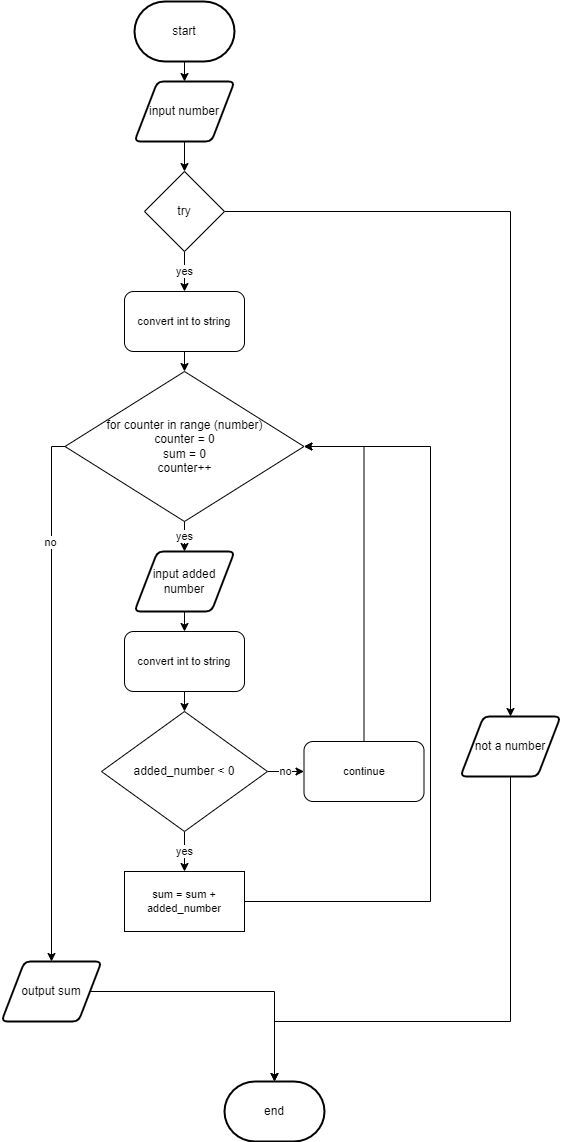
devin-jhu/ICS3U-Unit4-06-Python keeps this draw.io diagram as flow.png. Above is the earlier version. Source tidied: cells renumbered, new cells last; positions are measured from the earlier drawing's top-left corner, leaving out a move shared by most shapes. The source it was exported from:
```xml
<mxGraphModel>
  <root>
    <mxCell id="0" />
    <mxCell id="1" parent="0" />
    <mxCell id="2" style="edgeStyle=none;html=1;exitX=0.5;exitY=1;exitDx=0;exitDy=0;exitPerimeter=0;entryX=0.5;entryY=0;entryDx=0;entryDy=0;" parent="1" edge="1" source="3" target="5">
      <mxGeometry relative="1" as="geometry" />
    </mxCell>
    <mxCell id="3" value="start" style="strokeWidth=2;html=1;shape=mxgraph.flowchart.terminator;whiteSpace=wrap;" parent="1" vertex="1">
      <mxGeometry x="133" width="100" height="60" as="geometry" />
    </mxCell>
    <mxCell id="4" style="edgeStyle=orthogonalEdgeStyle;shape=connector;rounded=0;html=1;exitX=0.5;exitY=1;exitDx=0;exitDy=0;entryX=0.5;entryY=0;entryDx=0;entryDy=0;labelBackgroundColor=default;fontFamily=Helvetica;fontSize=11;fontColor=default;endArrow=classic;strokeColor=default;" parent="1" edge="1" source="5" target="11">
      <mxGeometry relative="1" as="geometry" />
    </mxCell>
    <mxCell id="5" value="input number" style="shape=parallelogram;html=1;strokeWidth=2;perimeter=parallelogramPerimeter;whiteSpace=wrap;rounded=1;arcSize=12;size=0.23;" parent="1" vertex="1">
      <mxGeometry x="133" y="80" width="100" height="60" as="geometry" />
    </mxCell>
    <mxCell id="6" style="edgeStyle=orthogonalEdgeStyle;shape=connector;rounded=0;html=1;exitX=1;exitY=0.5;exitDx=0;exitDy=0;entryX=0.5;entryY=0;entryDx=0;entryDy=0;entryPerimeter=0;labelBackgroundColor=default;fontFamily=Helvetica;fontSize=11;fontColor=default;endArrow=classic;strokeColor=default;" parent="1" edge="1" source="7" target="8">
      <mxGeometry relative="1" as="geometry" />
    </mxCell>
    <mxCell id="7" value="output sum" style="shape=parallelogram;html=1;strokeWidth=2;perimeter=parallelogramPerimeter;whiteSpace=wrap;rounded=1;arcSize=12;size=0.23;" parent="1" vertex="1">
      <mxGeometry y="960" width="100" height="60" as="geometry" />
    </mxCell>
    <mxCell id="8" value="end" style="strokeWidth=2;html=1;shape=mxgraph.flowchart.terminator;whiteSpace=wrap;" parent="1" vertex="1">
      <mxGeometry x="223" y="1080" width="100" height="60" as="geometry" />
    </mxCell>
    <mxCell id="9" style="edgeStyle=orthogonalEdgeStyle;shape=connector;rounded=0;html=1;exitX=1;exitY=0.5;exitDx=0;exitDy=0;labelBackgroundColor=default;fontFamily=Helvetica;fontSize=11;fontColor=default;endArrow=classic;strokeColor=default;entryX=0.5;entryY=0;entryDx=0;entryDy=0;" parent="1" edge="1" source="11" target="18">
      <mxGeometry relative="1" as="geometry" />
    </mxCell>
    <mxCell id="10" value="yes" style="edgeStyle=orthogonalEdgeStyle;shape=connector;rounded=0;html=1;exitX=0.5;exitY=1;exitDx=0;exitDy=0;entryX=0.5;entryY=0;entryDx=0;entryDy=0;labelBackgroundColor=default;fontFamily=Helvetica;fontSize=11;fontColor=default;endArrow=classic;strokeColor=default;" parent="1" edge="1" source="11" target="25">
      <mxGeometry relative="1" as="geometry" />
    </mxCell>
    <mxCell id="11" value="try" style="rhombus;whiteSpace=wrap;html=1;" parent="1" vertex="1">
      <mxGeometry x="143" y="170" width="80" height="80" as="geometry" />
    </mxCell>
    <mxCell id="12" value="yes" style="edgeStyle=orthogonalEdgeStyle;shape=connector;rounded=0;html=1;exitX=0.5;exitY=1;exitDx=0;exitDy=0;entryX=0.5;entryY=0;entryDx=0;entryDy=0;labelBackgroundColor=default;fontFamily=Helvetica;fontSize=11;fontColor=default;endArrow=classic;strokeColor=default;" parent="1" edge="1" source="15" target="23">
      <mxGeometry relative="1" as="geometry" />
    </mxCell>
    <mxCell id="13" style="edgeStyle=orthogonalEdgeStyle;shape=connector;rounded=0;html=1;exitX=0;exitY=0.5;exitDx=0;exitDy=0;entryX=0.5;entryY=0;entryDx=0;entryDy=0;labelBackgroundColor=default;fontFamily=Helvetica;fontSize=11;fontColor=default;endArrow=classic;strokeColor=default;" parent="1" edge="1" source="15" target="7">
      <mxGeometry relative="1" as="geometry" />
    </mxCell>
    <mxCell id="14" value="no" style="edgeLabel;html=1;align=center;verticalAlign=middle;points=[];fontSize=11;fontFamily=Helvetica;fontColor=default;" parent="13" vertex="1">
      <mxGeometry x="-0.59" y="-2" relative="1" as="geometry">
        <mxPoint y="1" as="offset" />
      </mxGeometry>
    </mxCell>
    <mxCell id="15" value="for counter in range (number)&lt;br&gt;counter = 0&lt;br&gt;sum = 0&lt;br&gt;counter++" style="rhombus;whiteSpace=wrap;html=1;" parent="1" vertex="1">
      <mxGeometry x="63.5" y="370" width="239" height="150" as="geometry" />
    </mxCell>
    <mxCell id="16" style="edgeStyle=orthogonalEdgeStyle;html=1;exitX=0;exitY=0.5;exitDx=0;exitDy=0;entryX=0;entryY=0.5;entryDx=0;entryDy=0;strokeColor=none;" parent="1" edge="1" target="15">
      <mxGeometry relative="1" as="geometry">
        <mxPoint x="213" y="810" as="sourcePoint" />
      </mxGeometry>
    </mxCell>
    <mxCell id="17" style="edgeStyle=orthogonalEdgeStyle;shape=connector;rounded=0;html=1;exitX=0.5;exitY=1;exitDx=0;exitDy=0;entryX=0.5;entryY=0;entryDx=0;entryDy=0;entryPerimeter=0;labelBackgroundColor=default;fontFamily=Helvetica;fontSize=11;fontColor=default;endArrow=classic;strokeColor=default;" parent="1" edge="1" source="18" target="8">
      <mxGeometry relative="1" as="geometry">
        <Array as="points">
          <mxPoint x="509" y="1020" />
          <mxPoint x="273" y="1020" />
        </Array>
      </mxGeometry>
    </mxCell>
    <mxCell id="18" value="not a number" style="shape=parallelogram;html=1;strokeWidth=2;perimeter=parallelogramPerimeter;whiteSpace=wrap;rounded=1;arcSize=12;size=0.23;" parent="1" vertex="1">
      <mxGeometry x="459" y="715" width="100" height="60" as="geometry" />
    </mxCell>
    <mxCell id="19" value="yes" style="edgeStyle=orthogonalEdgeStyle;shape=connector;rounded=0;html=1;exitX=0.5;exitY=1;exitDx=0;exitDy=0;entryX=0.5;entryY=0;entryDx=0;entryDy=0;labelBackgroundColor=default;fontFamily=Helvetica;fontSize=11;fontColor=default;endArrow=classic;strokeColor=default;" parent="1" edge="1" source="21">
      <mxGeometry relative="1" as="geometry">
        <mxPoint x="183" y="870" as="targetPoint" />
      </mxGeometry>
    </mxCell>
    <mxCell id="20" value="no" style="edgeStyle=orthogonalEdgeStyle;shape=connector;rounded=0;html=1;exitX=1;exitY=0.5;exitDx=0;exitDy=0;labelBackgroundColor=default;fontFamily=Helvetica;fontSize=11;fontColor=default;endArrow=classic;strokeColor=default;" parent="1" edge="1" source="21" target="31">
      <mxGeometry relative="1" as="geometry" />
    </mxCell>
    <mxCell id="21" value="added_number &amp;lt; 0" style="rhombus;whiteSpace=wrap;html=1;" parent="1" vertex="1">
      <mxGeometry x="100" y="710" width="166" height="120" as="geometry" />
    </mxCell>
    <mxCell id="22" style="edgeStyle=orthogonalEdgeStyle;shape=connector;rounded=0;html=1;exitX=0.5;exitY=1;exitDx=0;exitDy=0;labelBackgroundColor=default;fontFamily=Helvetica;fontSize=11;fontColor=default;endArrow=classic;strokeColor=default;" parent="1" edge="1" source="23" target="27">
      <mxGeometry relative="1" as="geometry" />
    </mxCell>
    <mxCell id="23" value="input added number" style="shape=parallelogram;html=1;strokeWidth=2;perimeter=parallelogramPerimeter;whiteSpace=wrap;rounded=1;arcSize=12;size=0.23;" parent="1" vertex="1">
      <mxGeometry x="133" y="550" width="100" height="60" as="geometry" />
    </mxCell>
    <mxCell id="24" style="edgeStyle=orthogonalEdgeStyle;shape=connector;rounded=0;html=1;exitX=0.5;exitY=1;exitDx=0;exitDy=0;entryX=0.5;entryY=0;entryDx=0;entryDy=0;labelBackgroundColor=default;fontFamily=Helvetica;fontSize=11;fontColor=default;endArrow=classic;strokeColor=default;" parent="1" edge="1" source="25" target="15">
      <mxGeometry relative="1" as="geometry" />
    </mxCell>
    <mxCell id="25" value="convert int to string" style="rounded=1;whiteSpace=wrap;html=1;fontFamily=Helvetica;fontSize=11;fontColor=default;" parent="1" vertex="1">
      <mxGeometry x="123" y="290" width="120" height="60" as="geometry" />
    </mxCell>
    <mxCell id="26" style="edgeStyle=orthogonalEdgeStyle;shape=connector;rounded=0;html=1;exitX=0.5;exitY=1;exitDx=0;exitDy=0;entryX=0.5;entryY=0;entryDx=0;entryDy=0;labelBackgroundColor=default;fontFamily=Helvetica;fontSize=11;fontColor=default;endArrow=classic;strokeColor=default;" parent="1" edge="1" source="27" target="21">
      <mxGeometry relative="1" as="geometry" />
    </mxCell>
    <mxCell id="27" value="convert int to string" style="rounded=1;whiteSpace=wrap;html=1;fontFamily=Helvetica;fontSize=11;fontColor=default;" parent="1" vertex="1">
      <mxGeometry x="123" y="630" width="120" height="60" as="geometry" />
    </mxCell>
    <mxCell id="28" style="edgeStyle=orthogonalEdgeStyle;shape=connector;rounded=0;html=1;exitX=1;exitY=0.5;exitDx=0;exitDy=0;entryX=1;entryY=0.5;entryDx=0;entryDy=0;labelBackgroundColor=default;fontFamily=Helvetica;fontSize=11;fontColor=default;endArrow=classic;strokeColor=default;" parent="1" edge="1" source="29" target="15">
      <mxGeometry relative="1" as="geometry">
        <Array as="points">
          <mxPoint x="429" y="900" />
          <mxPoint x="429" y="445" />
        </Array>
      </mxGeometry>
    </mxCell>
    <mxCell id="29" value="sum = sum + added_number" style="rounded=0;whiteSpace=wrap;html=1;fontFamily=Helvetica;fontSize=11;fontColor=default;" parent="1" vertex="1">
      <mxGeometry x="123" y="870" width="120" height="60" as="geometry" />
    </mxCell>
    <mxCell id="30" style="edgeStyle=orthogonalEdgeStyle;shape=connector;rounded=0;html=1;exitX=0.5;exitY=0;exitDx=0;exitDy=0;entryX=1;entryY=0.5;entryDx=0;entryDy=0;labelBackgroundColor=default;fontFamily=Helvetica;fontSize=11;fontColor=default;endArrow=classic;strokeColor=default;" parent="1" edge="1" source="31" target="15">
      <mxGeometry relative="1" as="geometry" />
    </mxCell>
    <mxCell id="31" value="continue" style="rounded=1;whiteSpace=wrap;html=1;fontFamily=Helvetica;fontSize=11;fontColor=default;" parent="1" vertex="1">
      <mxGeometry x="302.5" y="740" width="120" height="60" as="geometry" />
    </mxCell>
  </root>
</mxGraphModel>
```
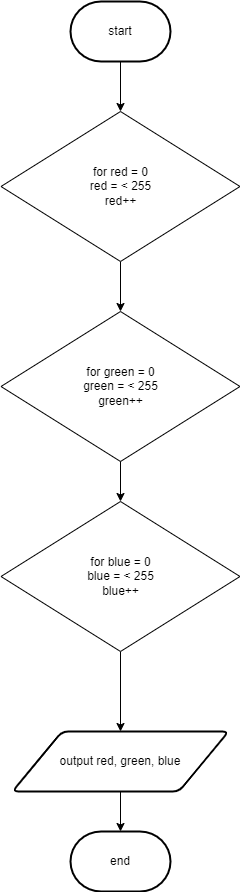
Above is the later version.

Diff of the diagram source:
```diff
@@ -2,111 +2,38 @@
   <root>
     <mxCell id="0" />
     <mxCell id="1" parent="0" />
-    <mxCell id="2" style="edgeStyle=none;html=1;exitX=0.5;exitY=1;exitDx=0;exitDy=0;exitPerimeter=0;entryX=0.5;entryY=0;entryDx=0;entryDy=0;" parent="1" edge="1" source="3" target="5">
-      <mxGeometry relative="1" as="geometry" />
-    </mxCell>
+    <mxCell id="32" style="edgeStyle=orthogonalEdgeStyle;shape=connector;rounded=0;html=1;exitX=0.5;exitY=1;exitDx=0;exitDy=0;exitPerimeter=0;entryX=0.5;entryY=0;entryDx=0;entryDy=0;labelBackgroundColor=default;fontFamily=Helvetica;fontSize=11;fontColor=default;endArrow=classic;strokeColor=default;" parent="1" edge="1" source="3" target="15">
+      <mxGeometry relative="1" as="geometry" />
+    </mxCell>
     <mxCell id="3" value="start" style="strokeWidth=2;html=1;shape=mxgraph.flowchart.terminator;whiteSpace=wrap;" parent="1" vertex="1">
-      <mxGeometry x="133" width="100" height="60" as="geometry" />
+      <mxGeometry x="123" y="160" width="100" height="60" as="geometry" />
     </mxCell>
-    <mxCell id="4" style="edgeStyle=orthogonalEdgeStyle;shape=connector;rounded=0;html=1;exitX=0.5;exitY=1;exitDx=0;exitDy=0;entryX=0.5;entryY=0;entryDx=0;entryDy=0;labelBackgroundColor=default;fontFamily=Helvetica;fontSize=11;fontColor=default;endArrow=classic;strokeColor=default;" parent="1" edge="1" source="5" target="11">
-      <mxGeometry relative="1" as="geometry" />
-    </mxCell>
-    <mxCell id="5" value="input number" style="shape=parallelogram;html=1;strokeWidth=2;perimeter=parallelogramPerimeter;whiteSpace=wrap;rounded=1;arcSize=12;size=0.23;" parent="1" vertex="1">
-      <mxGeometry x="133" y="80" width="100" height="60" as="geometry" />
-    </mxCell>
-    <mxCell id="6" style="edgeStyle=orthogonalEdgeStyle;shape=connector;rounded=0;html=1;exitX=1;exitY=0.5;exitDx=0;exitDy=0;entryX=0.5;entryY=0;entryDx=0;entryDy=0;entryPerimeter=0;labelBackgroundColor=default;fontFamily=Helvetica;fontSize=11;fontColor=default;endArrow=classic;strokeColor=default;" parent="1" edge="1" source="7" target="8">
+    <mxCell id="6" style="edgeStyle=orthogonalEdgeStyle;shape=connector;rounded=0;html=1;exitX=0.5;exitY=1;exitDx=0;exitDy=0;entryX=0.5;entryY=0;entryDx=0;entryDy=0;entryPerimeter=0;labelBackgroundColor=default;fontFamily=Helvetica;fontSize=11;fontColor=default;endArrow=classic;strokeColor=default;" parent="1" edge="1" source="7" target="8">
       <mxGeometry relative="1" as="geometry" />
     </mxCell>
-    <mxCell id="7" value="output sum" style="shape=parallelogram;html=1;strokeWidth=2;perimeter=parallelogramPerimeter;whiteSpace=wrap;rounded=1;arcSize=12;size=0.23;" parent="1" vertex="1">
-      <mxGeometry y="960" width="100" height="60" as="geometry" />
+    <mxCell id="7" value="output red, green, blue" style="shape=parallelogram;html=1;strokeWidth=2;perimeter=parallelogramPerimeter;whiteSpace=wrap;rounded=1;arcSize=12;size=0.23;" parent="1" vertex="1">
+      <mxGeometry x="65" y="890" width="216" height="60" as="geometry" />
     </mxCell>
     <mxCell id="8" value="end" style="strokeWidth=2;html=1;shape=mxgraph.flowchart.terminator;whiteSpace=wrap;" parent="1" vertex="1">
-      <mxGeometry x="223" y="1080" width="100" height="60" as="geometry" />
+      <mxGeometry x="123" y="990" width="100" height="60" as="geometry" />
     </mxCell>
-    <mxCell id="9" style="edgeStyle=orthogonalEdgeStyle;shape=connector;rounded=0;html=1;exitX=1;exitY=0.5;exitDx=0;exitDy=0;labelBackgroundColor=default;fontFamily=Helvetica;fontSize=11;fontColor=default;endArrow=classic;strokeColor=default;entryX=0.5;entryY=0;entryDx=0;entryDy=0;" parent="1" edge="1" source="11" target="18">
-      <mxGeometry relative="1" as="geometry" />
-    </mxCell>
-    <mxCell id="10" value="yes" style="edgeStyle=orthogonalEdgeStyle;shape=connector;rounded=0;html=1;exitX=0.5;exitY=1;exitDx=0;exitDy=0;entryX=0.5;entryY=0;entryDx=0;entryDy=0;labelBackgroundColor=default;fontFamily=Helvetica;fontSize=11;fontColor=default;endArrow=classic;strokeColor=default;" parent="1" edge="1" source="11" target="25">
-      <mxGeometry relative="1" as="geometry" />
-    </mxCell>
-    <mxCell id="11" value="try" style="rhombus;whiteSpace=wrap;html=1;" parent="1" vertex="1">
-      <mxGeometry x="143" y="170" width="80" height="80" as="geometry" />
-    </mxCell>
-    <mxCell id="12" value="yes" style="edgeStyle=orthogonalEdgeStyle;shape=connector;rounded=0;html=1;exitX=0.5;exitY=1;exitDx=0;exitDy=0;entryX=0.5;entryY=0;entryDx=0;entryDy=0;labelBackgroundColor=default;fontFamily=Helvetica;fontSize=11;fontColor=default;endArrow=classic;strokeColor=default;" parent="1" edge="1" source="15" target="23">
-      <mxGeometry relative="1" as="geometry" />
-    </mxCell>
-    <mxCell id="13" style="edgeStyle=orthogonalEdgeStyle;shape=connector;rounded=0;html=1;exitX=0;exitY=0.5;exitDx=0;exitDy=0;entryX=0.5;entryY=0;entryDx=0;entryDy=0;labelBackgroundColor=default;fontFamily=Helvetica;fontSize=11;fontColor=default;endArrow=classic;strokeColor=default;" parent="1" edge="1" source="15" target="7">
-      <mxGeometry relative="1" as="geometry" />
-    </mxCell>
+    <mxCell id="33" style="edgeStyle=orthogonalEdgeStyle;shape=connector;rounded=0;html=1;exitX=0.5;exitY=1;exitDx=0;exitDy=0;entryX=0.5;entryY=0;entryDx=0;entryDy=0;labelBackgroundColor=default;fontFamily=Helvetica;fontSize=11;fontColor=default;endArrow=classic;strokeColor=default;" parent="1" edge="1" source="15" target="14">
+      <mxGeometry relative="1" as="geometry" />
+    </mxCell>
+    <mxCell id="15" value="for red = 0&lt;br&gt;red = &amp;lt; 255&lt;br&gt;red++" style="rhombus;whiteSpace=wrap;html=1;" parent="1" vertex="1">
+      <mxGeometry x="53.5" y="270" width="239" height="150" as="geometry" />
+    </mxCell>
+    <mxCell id="34" style="edgeStyle=orthogonalEdgeStyle;shape=connector;rounded=0;html=1;exitX=0.5;exitY=1;exitDx=0;exitDy=0;entryX=0.5;entryY=0;entryDx=0;entryDy=0;labelBackgroundColor=default;fontFamily=Helvetica;fontSize=11;fontColor=default;endArrow=classic;strokeColor=default;" parent="1" edge="1" source="14" target="36">
+      <mxGeometry relative="1" as="geometry" />
+    </mxCell>
-    <mxCell id="14" value="no" style="edgeLabel;html=1;align=center;verticalAlign=middle;points=[];fontSize=11;fontFamily=Helvetica;fontColor=default;" parent="13" vertex="1">
-      <mxGeometry x="-0.59" y="-2" relative="1" as="geometry">
-        <mxPoint y="1" as="offset" />
-      </mxGeometry>
+    <mxCell id="14" value="for green = 0&lt;br&gt;green = &amp;lt; 255&lt;br&gt;green++" style="rhombus;whiteSpace=wrap;html=1;" parent="1" vertex="1">
+      <mxGeometry x="53.5" y="470" width="239" height="150" as="geometry" />
     </mxCell>
-    <mxCell id="15" value="for counter in range (number)&lt;br&gt;counter = 0&lt;br&gt;sum = 0&lt;br&gt;counter++" style="rhombus;whiteSpace=wrap;html=1;" parent="1" vertex="1">
-      <mxGeometry x="63.5" y="370" width="239" height="150" as="geometry" />
-    </mxCell>
-    <mxCell id="16" style="edgeStyle=orthogonalEdgeStyle;html=1;exitX=0;exitY=0.5;exitDx=0;exitDy=0;entryX=0;entryY=0.5;entryDx=0;entryDy=0;strokeColor=none;" parent="1" edge="1" target="15">
-      <mxGeometry relative="1" as="geometry">
-        <mxPoint x="213" y="810" as="sourcePoint" />
-      </mxGeometry>
-    </mxCell>
-    <mxCell id="17" style="edgeStyle=orthogonalEdgeStyle;shape=connector;rounded=0;html=1;exitX=0.5;exitY=1;exitDx=0;exitDy=0;entryX=0.5;entryY=0;entryDx=0;entryDy=0;entryPerimeter=0;labelBackgroundColor=default;fontFamily=Helvetica;fontSize=11;fontColor=default;endArrow=classic;strokeColor=default;" parent="1" edge="1" source="18" target="8">
-      <mxGeometry relative="1" as="geometry">
-        <Array as="points">
-          <mxPoint x="509" y="1020" />
-          <mxPoint x="273" y="1020" />
-        </Array>
-      </mxGeometry>
-    </mxCell>
-    <mxCell id="18" value="not a number" style="shape=parallelogram;html=1;strokeWidth=2;perimeter=parallelogramPerimeter;whiteSpace=wrap;rounded=1;arcSize=12;size=0.23;" parent="1" vertex="1">
-      <mxGeometry x="459" y="715" width="100" height="60" as="geometry" />
-    </mxCell>
-    <mxCell id="19" value="yes" style="edgeStyle=orthogonalEdgeStyle;shape=connector;rounded=0;html=1;exitX=0.5;exitY=1;exitDx=0;exitDy=0;entryX=0.5;entryY=0;entryDx=0;entryDy=0;labelBackgroundColor=default;fontFamily=Helvetica;fontSize=11;fontColor=default;endArrow=classic;strokeColor=default;" parent="1" edge="1" source="21">
-      <mxGeometry relative="1" as="geometry">
-        <mxPoint x="183" y="870" as="targetPoint" />
-      </mxGeometry>
-    </mxCell>
-    <mxCell id="20" value="no" style="edgeStyle=orthogonalEdgeStyle;shape=connector;rounded=0;html=1;exitX=1;exitY=0.5;exitDx=0;exitDy=0;labelBackgroundColor=default;fontFamily=Helvetica;fontSize=11;fontColor=default;endArrow=classic;strokeColor=default;" parent="1" edge="1" source="21" target="31">
-      <mxGeometry relative="1" as="geometry" />
-    </mxCell>
-    <mxCell id="21" value="added_number &amp;lt; 0" style="rhombus;whiteSpace=wrap;html=1;" parent="1" vertex="1">
-      <mxGeometry x="100" y="710" width="166" height="120" as="geometry" />
-    </mxCell>
-    <mxCell id="22" style="edgeStyle=orthogonalEdgeStyle;shape=connector;rounded=0;html=1;exitX=0.5;exitY=1;exitDx=0;exitDy=0;labelBackgroundColor=default;fontFamily=Helvetica;fontSize=11;fontColor=default;endArrow=classic;strokeColor=default;" parent="1" edge="1" source="23" target="27">
-      <mxGeometry relative="1" as="geometry" />
-    </mxCell>
-    <mxCell id="23" value="input added number" style="shape=parallelogram;html=1;strokeWidth=2;perimeter=parallelogramPerimeter;whiteSpace=wrap;rounded=1;arcSize=12;size=0.23;" parent="1" vertex="1">
-      <mxGeometry x="133" y="550" width="100" height="60" as="geometry" />
-    </mxCell>
-    <mxCell id="24" style="edgeStyle=orthogonalEdgeStyle;shape=connector;rounded=0;html=1;exitX=0.5;exitY=1;exitDx=0;exitDy=0;entryX=0.5;entryY=0;entryDx=0;entryDy=0;labelBackgroundColor=default;fontFamily=Helvetica;fontSize=11;fontColor=default;endArrow=classic;strokeColor=default;" parent="1" edge="1" source="25" target="15">
-      <mxGeometry relative="1" as="geometry" />
-    </mxCell>
-    <mxCell id="25" value="convert int to string" style="rounded=1;whiteSpace=wrap;html=1;fontFamily=Helvetica;fontSize=11;fontColor=default;" parent="1" vertex="1">
-      <mxGeometry x="123" y="290" width="120" height="60" as="geometry" />
-    </mxCell>
-    <mxCell id="26" style="edgeStyle=orthogonalEdgeStyle;shape=connector;rounded=0;html=1;exitX=0.5;exitY=1;exitDx=0;exitDy=0;entryX=0.5;entryY=0;entryDx=0;entryDy=0;labelBackgroundColor=default;fontFamily=Helvetica;fontSize=11;fontColor=default;endArrow=classic;strokeColor=default;" parent="1" edge="1" source="27" target="21">
-      <mxGeometry relative="1" as="geometry" />
-    </mxCell>
-    <mxCell id="27" value="convert int to string" style="rounded=1;whiteSpace=wrap;html=1;fontFamily=Helvetica;fontSize=11;fontColor=default;" parent="1" vertex="1">
-      <mxGeometry x="123" y="630" width="120" height="60" as="geometry" />
-    </mxCell>
-    <mxCell id="28" style="edgeStyle=orthogonalEdgeStyle;shape=connector;rounded=0;html=1;exitX=1;exitY=0.5;exitDx=0;exitDy=0;entryX=1;entryY=0.5;entryDx=0;entryDy=0;labelBackgroundColor=default;fontFamily=Helvetica;fontSize=11;fontColor=default;endArrow=classic;strokeColor=default;" parent="1" edge="1" source="29" target="15">
-      <mxGeometry relative="1" as="geometry">
-        <Array as="points">
-          <mxPoint x="429" y="900" />
-          <mxPoint x="429" y="445" />
-        </Array>
-      </mxGeometry>
-    </mxCell>
-    <mxCell id="29" value="sum = sum + added_number" style="rounded=0;whiteSpace=wrap;html=1;fontFamily=Helvetica;fontSize=11;fontColor=default;" parent="1" vertex="1">
-      <mxGeometry x="123" y="870" width="120" height="60" as="geometry" />
-    </mxCell>
-    <mxCell id="30" style="edgeStyle=orthogonalEdgeStyle;shape=connector;rounded=0;html=1;exitX=0.5;exitY=0;exitDx=0;exitDy=0;entryX=1;entryY=0.5;entryDx=0;entryDy=0;labelBackgroundColor=default;fontFamily=Helvetica;fontSize=11;fontColor=default;endArrow=classic;strokeColor=default;" parent="1" edge="1" source="31" target="15">
-      <mxGeometry relative="1" as="geometry" />
-    </mxCell>
-    <mxCell id="31" value="continue" style="rounded=1;whiteSpace=wrap;html=1;fontFamily=Helvetica;fontSize=11;fontColor=default;" parent="1" vertex="1">
-      <mxGeometry x="302.5" y="740" width="120" height="60" as="geometry" />
-    </mxCell>
+    <mxCell id="35" style="edgeStyle=orthogonalEdgeStyle;shape=connector;rounded=0;html=1;exitX=0.5;exitY=1;exitDx=0;exitDy=0;entryX=0.5;entryY=0;entryDx=0;entryDy=0;labelBackgroundColor=default;fontFamily=Helvetica;fontSize=11;fontColor=default;endArrow=classic;strokeColor=default;" parent="1" edge="1" source="36" target="7">
+      <mxGeometry relative="1" as="geometry" />
+    </mxCell>
+    <mxCell id="36" value="for blue = 0&lt;br&gt;blue = &amp;lt; 255&lt;br&gt;blue++" style="rhombus;whiteSpace=wrap;html=1;" parent="1" vertex="1">
+      <mxGeometry x="53.5" y="660" width="239" height="150" as="geometry" />
+    </mxCell>
   </root>
 </mxGraphModel>
```
